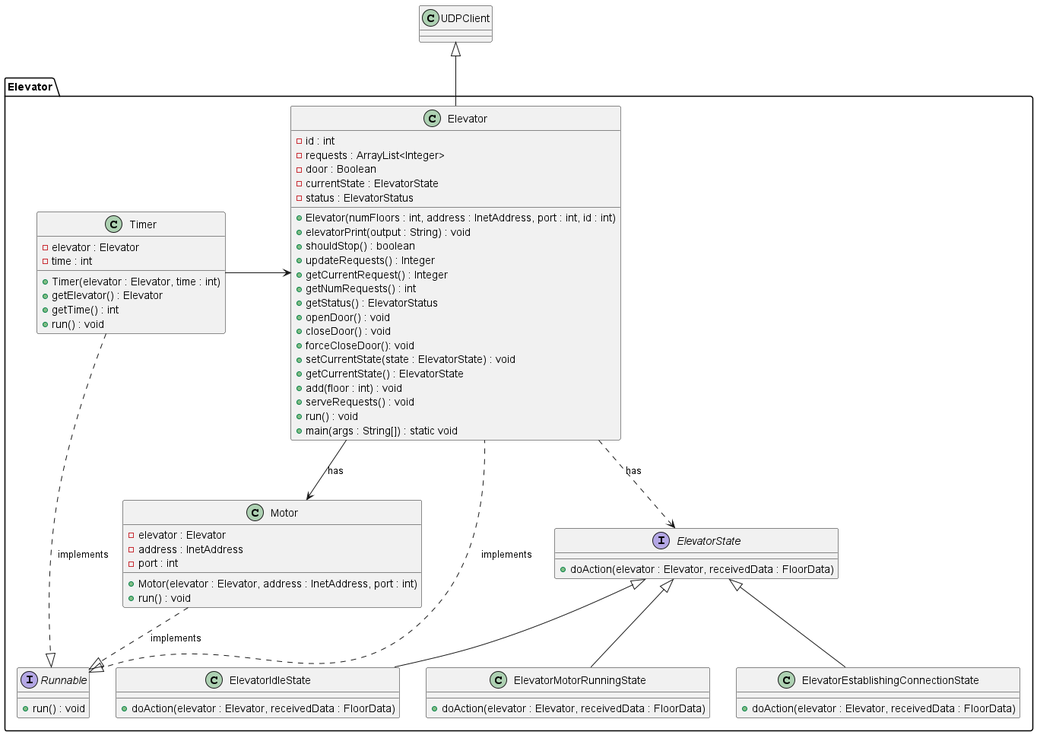
Before: docs/ElevatorSubsystemClassDiagram.png, a diagram exported from PlantUML (kavvykav/SYSC3303-project).
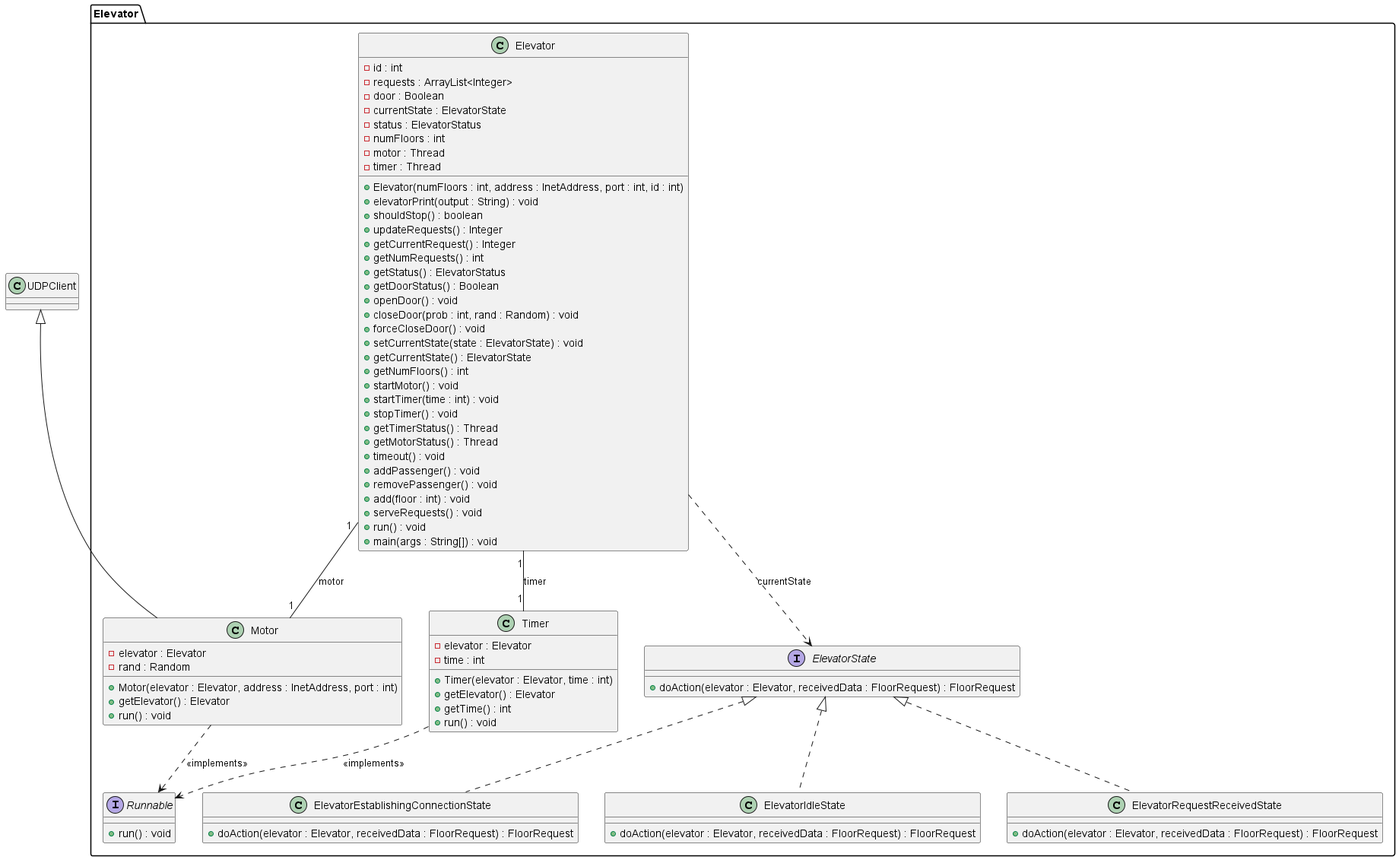
The same diagram one commit later.

What changed in the source:
```diff
@@ -1,8 +1,6 @@
 @startuml
 
-class UDPClient {
-}
-package Elevator{
+package Elevator {
 
 class Elevator {
     - id : int
@@ -10,7 +8,9 @@
     - door : Boolean
     - currentState : ElevatorState
     - status : ElevatorStatus
-
+    - numFloors : int
+    - motor : Thread
+    - timer : Thread
     + Elevator(numFloors : int, address : InetAddress, port : int, id : int)
     + elevatorPrint(output : String) : void
     + shouldStop() : boolean
@@ -18,72 +18,76 @@
     + getCurrentRequest() : Integer
     + getNumRequests() : int
     + getStatus() : ElevatorStatus
+    + getDoorStatus() : Boolean
     + openDoor() : void
-    + closeDoor() : void
-    + forceCloseDoor(): void
+    + closeDoor(prob : int, rand : Random) : void
+    + forceCloseDoor() : void
     + setCurrentState(state : ElevatorState) : void
     + getCurrentState() : ElevatorState
+    + getNumFloors() : int
+    + startMotor() : void
+    + startTimer(time : int) : void
+    + stopTimer() : void
+    + getTimerStatus() : Thread
+    + getMotorStatus() : Thread
+    + timeout() : void
+    + addPassenger() : void
+    + removePassenger() : void
     + add(floor : int) : void
     + serveRequests() : void
     + run() : void
-    + main(args : String[]) : static void
-
+    + main(args : String[]) : void
 }
 
-interface ElevatorState {
-    + doAction(elevator : Elevator, receivedData : FloorData)
+class Motor {
+    - elevator : Elevator
+    - rand : Random
+    + Motor(elevator : Elevator, address : InetAddress, port : int)
+    + getElevator() : Elevator
+    + run() : void
 }
 
-class ElevatorIdleState {
-    + doAction(elevator : Elevator, receivedData : FloorData)
-}
-
-class ElevatorMotorRunningState {
-    + doAction(elevator : Elevator, receivedData : FloorData)
-}
-
-class ElevatorEstablishingConnectionState {
-    + doAction(elevator : Elevator, receivedData : FloorData)
+class Timer {
+    - elevator : Elevator
+    - time : int
+    + Timer(elevator : Elevator, time : int)
+    + getElevator() : Elevator
+    + getTime() : int
+    + run() : void
 }
 
 interface Runnable {
     + run() : void
 }
 
-class Motor {
-    - elevator : Elevator
-    - address : InetAddress
-    - port : int
-
-    + Motor(elevator : Elevator, address : InetAddress, port : int)
-    + run() : void
+interface ElevatorState {
+    + doAction(elevator : Elevator, receivedData : FloorRequest) : FloorRequest
 }
 
-class Timer {
-        - elevator : Elevator
-        - time : int
-
-        + Timer(elevator : Elevator, time : int)
-        + getElevator() : Elevator
-        + getTime() : int
-        + run() : void
-    }
-
-top to bottom direction
-Timer ..|> Runnable : implements
-Timer ->  Elevator
-
-Elevator -down-> Motor: has
-Elevator ..> ElevatorState : has
-
-ElevatorState <|-down- ElevatorIdleState
-ElevatorState <|-down- ElevatorMotorRunningState
-ElevatorState <|-down- ElevatorEstablishingConnectionState
-UDPClient <|-down- Elevator
-Runnable <|.. Elevator : implements
-Motor ..|> Runnable : implements
+class ElevatorEstablishingConnectionState implements ElevatorState {
+    + doAction(elevator : Elevator, receivedData : FloorRequest) : FloorRequest
 }
 
+class ElevatorIdleState implements ElevatorState {
+    + doAction(elevator : Elevator, receivedData : FloorRequest) : FloorRequest
+}
 
+class ElevatorRequestReceivedState implements ElevatorState {
+    + doAction(elevator : Elevator, receivedData : FloorRequest) : FloorRequest
+}
+
+Elevator "1" -- "1" Timer : timer
+Elevator "1" -- "1" Motor : motor
+Motor ..> Runnable : <<implements>>
+Timer ..> Runnable : <<implements>>
+
+Elevator ..> ElevatorState : currentState
+
+}
+
+class UDPClient {
+}
+
+UDPClient <|-- Motor
 
 @enduml
```
